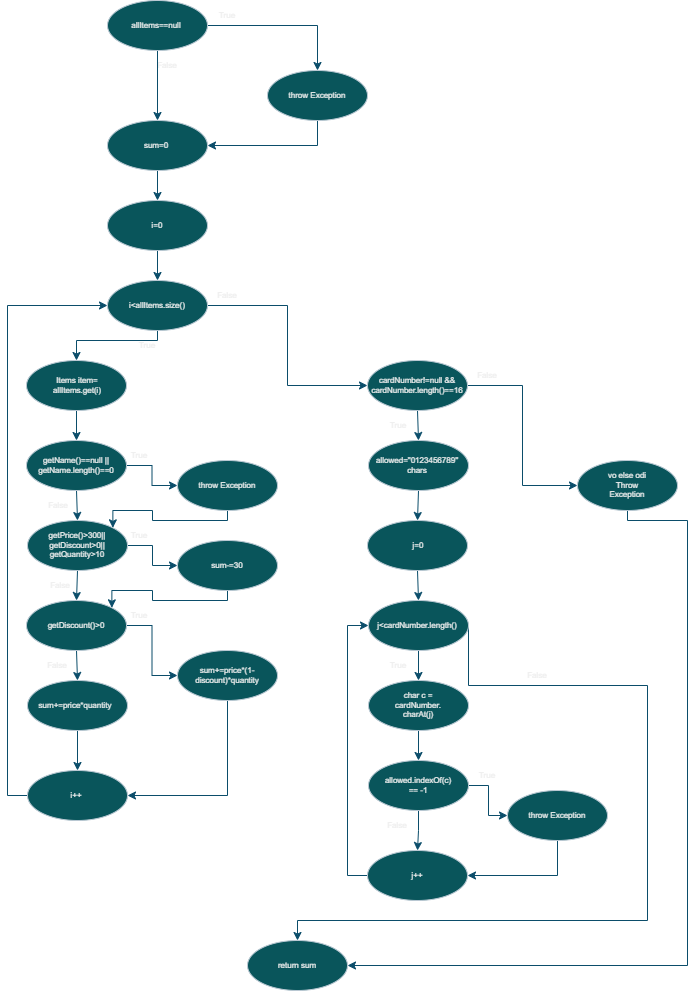
Earlier version of the draw.io export cfg/cfg.png (evgenijagrujevska/SI_2025_lab2_236016). Source tidied: cells renumbered, new cells last; positions are measured from the earlier drawing's top-left corner, leaving out a move shared by most shapes.
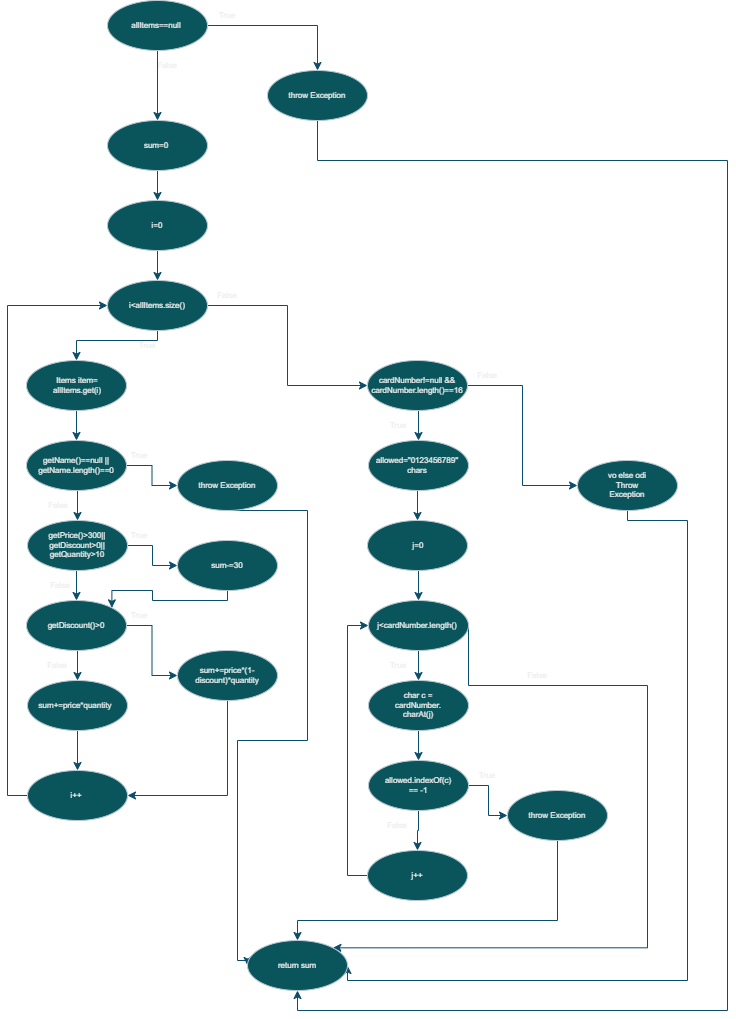
The same diagram one commit later.

Commit message:
Control Flow Graph

Diff of the diagram source:
```diff
@@ -20,9 +20,16 @@
     <mxCell id="7" style="ellipse;whiteSpace=wrap;html=1;labelBackgroundColor=none;rounded=0;fillColor=#09555B;strokeColor=#BAC8D3;fontColor=#EEEEEE;" parent="1" vertex="1">
       <mxGeometry x="81" y="200" width="100" height="50" as="geometry" />
     </mxCell>
-    <mxCell id="8" style="edgeStyle=orthogonalEdgeStyle;rounded=0;jettySize=auto;html=1;exitX=0.5;exitY=1;exitDx=0;exitDy=0;entryX=1;entryY=0.5;entryDx=0;entryDy=0;strokeColor=#0B4D6A;labelBackgroundColor=none;fontColor=default;" parent="1" edge="1" source="9" target="4">
-      <mxGeometry relative="1" as="geometry" />
-    </mxCell>
+    <mxCell id="97" style="edgeStyle=orthogonalEdgeStyle;rounded=0;jettySize=auto;html=1;exitX=0.5;exitY=1;exitDx=0;exitDy=0;entryX=0.5;entryY=1;entryDx=0;entryDy=0;labelBackgroundColor=none;strokeColor=#0B4D6A;fontColor=default;" parent="1" edge="1" source="9" target="76">
+      <mxGeometry relative="1" as="geometry">
+        <Array as="points">
+          <mxPoint x="291" y="160" />
+          <mxPoint x="701" y="160" />
+          <mxPoint x="701" y="1010" />
+          <mxPoint x="271" y="1010" />
+        </Array>
+      </mxGeometry>
+    </mxCell>
     <mxCell id="9" style="ellipse;whiteSpace=wrap;html=1;labelBackgroundColor=none;rounded=0;fillColor=#09555B;strokeColor=#BAC8D3;fontColor=#EEEEEE;" parent="1" vertex="1">
       <mxGeometry x="241" y="70" width="100" height="50" as="geometry" />
     </mxCell>
@@ -70,16 +77,17 @@
     <mxCell id="22" value="getName()==null || getName.length()==0" style="text;html=1;align=center;verticalAlign=middle;whiteSpace=wrap;rounded=0;fontSize=8;labelBackgroundColor=none;fontColor=#EEEEEE;" parent="1" vertex="1">
       <mxGeometry x="21" y="450" width="58" height="30" as="geometry" />
     </mxCell>
-    <mxCell id="23" style="edgeStyle=orthogonalEdgeStyle;rounded=0;jettySize=auto;html=1;exitX=0.5;exitY=1;exitDx=0;exitDy=0;entryX=1;entryY=0;entryDx=0;entryDy=0;strokeColor=#0B4D6A;labelBackgroundColor=none;fontColor=default;" parent="1" edge="1" source="24" target="28">
-      <mxGeometry relative="1" as="geometry">
-        <Array as="points">
-          <mxPoint x="201" y="520" />
-          <mxPoint x="126" y="520" />
-          <mxPoint x="126" y="510" />
-          <mxPoint x="86" y="510" />
-        </Array>
-      </mxGeometry>
-    </mxCell>
+    <mxCell id="98" style="edgeStyle=orthogonalEdgeStyle;rounded=0;jettySize=auto;html=1;exitX=0.5;exitY=1;exitDx=0;exitDy=0;entryX=0;entryY=0.5;entryDx=0;entryDy=0;strokeColor=#0B4D6A;labelBackgroundColor=none;fontColor=default;" parent="1" edge="1" source="24" target="76">
+      <mxGeometry relative="1" as="geometry">
+        <Array as="points">
+          <mxPoint x="281" y="510" />
+          <mxPoint x="281" y="740" />
+          <mxPoint x="211" y="740" />
+          <mxPoint x="211" y="960" />
+          <mxPoint x="221" y="960" />
+        </Array>
+      </mxGeometry>
+    </mxCell>
     <mxCell id="24" style="ellipse;whiteSpace=wrap;html=1;labelBackgroundColor=none;rounded=0;fillColor=#09555B;strokeColor=#BAC8D3;fontColor=#EEEEEE;" parent="1" vertex="1">
       <mxGeometry x="151" y="460" width="100" height="50" as="geometry" />
     </mxCell>
@@ -170,7 +178,8 @@
         <Array as="points">
           <mxPoint x="601" y="520" />
           <mxPoint x="661" y="520" />
-          <mxPoint x="661" y="965" />
+          <mxPoint x="661" y="980" />
+          <mxPoint x="321" y="980" />
         </Array>
       </mxGeometry>
     </mxCell>
@@ -201,13 +210,12 @@
     <mxCell id="59" style="edgeStyle=orthogonalEdgeStyle;rounded=0;jettySize=auto;html=1;exitX=0.5;exitY=1;exitDx=0;exitDy=0;entryX=0.5;entryY=0;entryDx=0;entryDy=0;labelBackgroundColor=none;fontColor=default;strokeColor=#0B4D6A;" parent="1" edge="1" source="61" target="64">
       <mxGeometry relative="1" as="geometry" />
     </mxCell>
-    <mxCell id="60" style="edgeStyle=orthogonalEdgeStyle;rounded=0;jettySize=auto;html=1;exitX=1;exitY=0.5;exitDx=0;exitDy=0;entryX=0.5;entryY=0;entryDx=0;entryDy=0;labelBackgroundColor=none;fontColor=default;strokeColor=#0B4D6A;" parent="1" edge="1" source="61" target="76">
+    <mxCell id="60" style="edgeStyle=orthogonalEdgeStyle;rounded=0;jettySize=auto;html=1;exitX=1;exitY=0.5;exitDx=0;exitDy=0;entryX=1;entryY=0;entryDx=0;entryDy=0;labelBackgroundColor=none;fontColor=default;strokeColor=#0B4D6A;" parent="1" edge="1" source="61" target="76">
       <mxGeometry relative="1" as="geometry">
         <Array as="points">
           <mxPoint x="442" y="685" />
           <mxPoint x="621" y="685" />
-          <mxPoint x="621" y="920" />
-          <mxPoint x="271" y="920" />
+          <mxPoint x="621" y="947" />
         </Array>
       </mxGeometry>
     </mxCell>
@@ -238,8 +246,13 @@
     <mxCell id="69" value="allowed.indexOf(c) == -1" style="text;html=1;align=center;verticalAlign=middle;whiteSpace=wrap;rounded=0;fontSize=8;labelBackgroundColor=none;fontColor=#EEEEEE;" parent="1" vertex="1">
       <mxGeometry x="362" y="770" width="60" height="30" as="geometry" />
     </mxCell>
-    <mxCell id="70" style="edgeStyle=orthogonalEdgeStyle;rounded=0;jettySize=auto;html=1;exitX=0.5;exitY=1;exitDx=0;exitDy=0;entryX=1;entryY=0.5;entryDx=0;entryDy=0;labelBackgroundColor=none;fontColor=default;strokeColor=#0B4D6A;" parent="1" edge="1" source="71" target="74">
-      <mxGeometry relative="1" as="geometry" />
+    <mxCell id="70" style="edgeStyle=orthogonalEdgeStyle;rounded=0;jettySize=auto;html=1;exitX=0.5;exitY=1;exitDx=0;exitDy=0;entryX=0.5;entryY=0;entryDx=0;entryDy=0;labelBackgroundColor=none;fontColor=default;strokeColor=#0B4D6A;" parent="1" edge="1" source="71" target="76">
+      <mxGeometry relative="1" as="geometry">
+        <Array as="points">
+          <mxPoint x="531" y="920" />
+          <mxPoint x="271" y="920" />
+        </Array>
+      </mxGeometry>
     </mxCell>
     <mxCell id="71" style="ellipse;whiteSpace=wrap;html=1;labelBackgroundColor=none;rounded=0;fillColor=#09555B;strokeColor=#BAC8D3;fontColor=#EEEEEE;" parent="1" vertex="1">
       <mxGeometry x="481" y="790" width="100" height="50" as="geometry" />
```
